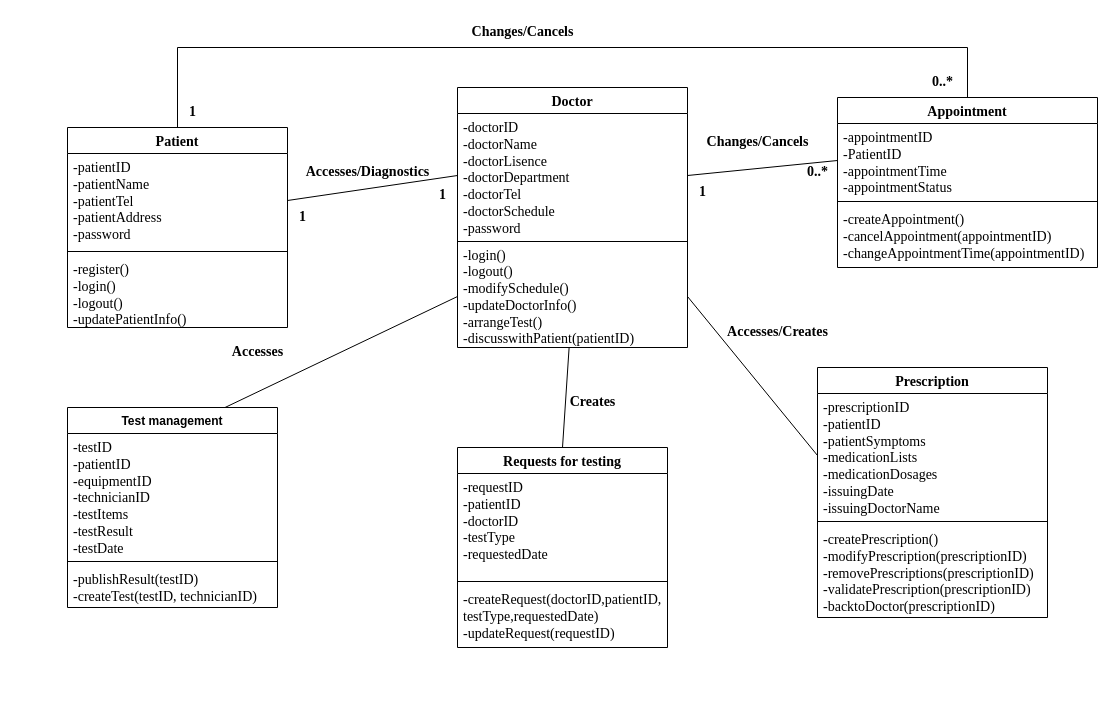
This is Class Diagram_Doctor.drawio from FOMOKN/Software-Engineering, a draw.io file, before an edit. Source tidied: cells renumbered, new cells numbered last; positions are measured from the earlier drawing's top-left corner, leaving out a move shared by most shapes. Both pictures are drawn from the tidied source at 100%, with x=0, y=0 at pixel (67, 17).
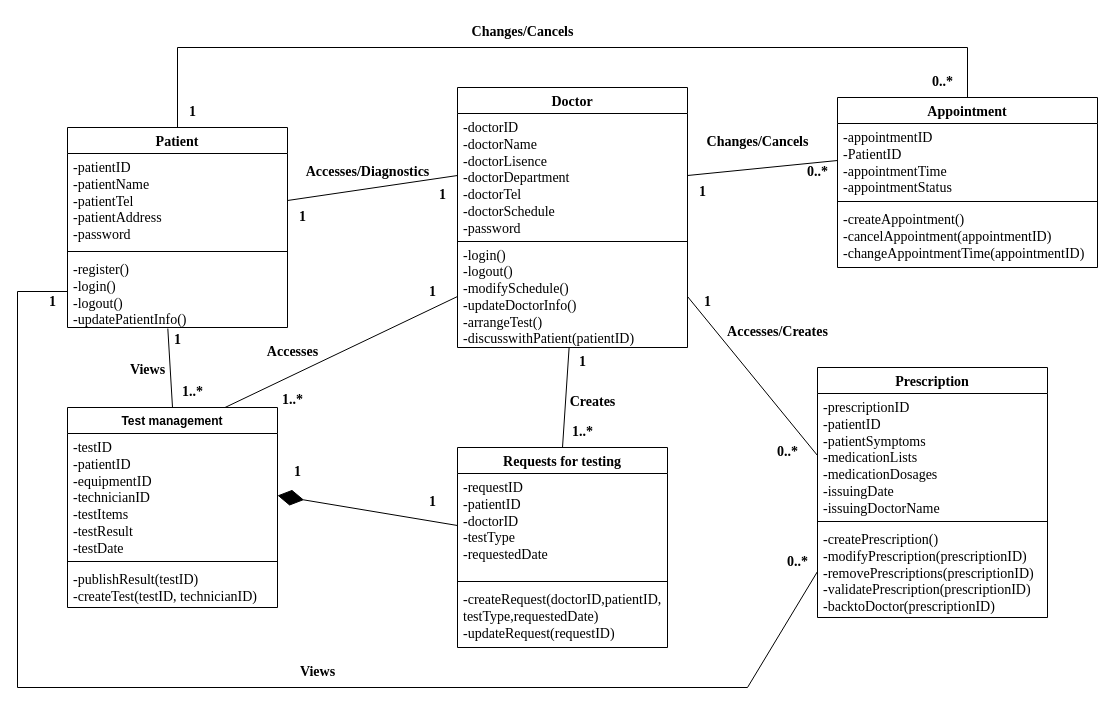
The same page after the edit.

The change refers to these unchanged cells:
```xml
<mxCell id="13" value="-createPrescription()&lt;br style=&quot;border-color: var(--border-color);&quot;&gt;-modifyPrescription(prescriptionID)&lt;br style=&quot;border-color: var(--border-color);&quot;&gt;-removePrescriptions(prescriptionID)&lt;br style=&quot;border-color: var(--border-color);&quot;&gt;-validatePrescription(prescriptionID)&lt;br style=&quot;border-color: var(--border-color);&quot;&gt;-backtoDoctor(prescriptionID)" style="text;strokeColor=none;fillColor=none;align=left;verticalAlign=top;spacingLeft=4;spacingRight=4;overflow=hidden;points=[[0,0.5],[1,0.5]];portConstraint=eastwest;whiteSpace=wrap;html=1;fontFamily=Times New Roman;fontSize=14;" parent="10" vertex="1">
  <mxGeometry y="158" width="230" height="92" as="geometry" />
</mxCell>
<mxCell id="15" value="-requestID&lt;br&gt;-patientID&lt;br&gt;-doctorID&lt;br style=&quot;border-color: var(--border-color);&quot;&gt;-testType&lt;br&gt;-requestedDate" style="text;strokeColor=none;fillColor=none;align=left;verticalAlign=top;spacingLeft=4;spacingRight=4;overflow=hidden;points=[[0,0.5],[1,0.5]];portConstraint=eastwest;whiteSpace=wrap;html=1;fontFamily=Times New Roman;fontSize=14;" parent="14" vertex="1">
  <mxGeometry y="26" width="210" height="104" as="geometry" />
</mxCell>
<mxCell id="21" value="-register()&lt;br&gt;-login()&lt;br style=&quot;border-color: var(--border-color); font-size: 14px;&quot;&gt;&lt;span style=&quot;font-size: 14px;&quot;&gt;-logout()&lt;br&gt;-updatePatientInfo()&lt;br&gt;&lt;/span&gt;" style="text;strokeColor=none;fillColor=none;align=left;verticalAlign=top;spacingLeft=4;spacingRight=4;overflow=hidden;points=[[0,0.5],[1,0.5]];portConstraint=eastwest;whiteSpace=wrap;html=1;fontSize=14;fontFamily=Times New Roman;" parent="18" vertex="1">
  <mxGeometry y="128" width="220" height="72" as="geometry" />
</mxCell>
<mxCell id="22" value="Test management" style="swimlane;fontStyle=1;align=center;verticalAlign=top;horizontal=1;startSize=26;whiteSpace=wrap;html=1;" parent="1" vertex="1">
  <mxGeometry y="390" width="210" height="200" as="geometry" />
</mxCell>
<mxCell id="23" value="-testID&lt;br style=&quot;font-size: 14px;&quot;&gt;-patientID&lt;br&gt;-equipmentID&lt;br&gt;-technicianID&lt;br&gt;-testItems&lt;br style=&quot;font-size: 14px;&quot;&gt;-testResult&lt;br&gt;-testDate" style="text;strokeColor=none;fillColor=none;align=left;verticalAlign=top;spacingLeft=4;spacingRight=4;overflow=hidden;points=[[0,0.5],[1,0.5]];portConstraint=eastwest;whiteSpace=wrap;html=1;fontFamily=Times New Roman;fontSize=14;" parent="22" vertex="1">
  <mxGeometry y="26" width="210" height="124" as="geometry" />
</mxCell>
```

What changed in the source:
```diff
@@
     <mxCell id="35" value="Accesses" style="text;html=1;align=center;verticalAlign=middle;strokeColor=none;fillColor=none;fontFamily=Times New Roman;fontStyle=1;fontSize=14;" parent="1" vertex="1">
-      <mxGeometry x="155" y="320" width="70" height="30" as="geometry" />
+      <mxGeometry x="190" y="320" width="70" height="30" as="geometry" />
     </mxCell>
@@
+    <mxCell id="44" style="endArrow=none;html=1;rounded=0;exitX=0.456;exitY=1.014;exitDx=0;exitDy=0;exitPerimeter=0;entryX=0.5;entryY=0;entryDx=0;entryDy=0;" parent="1" edge="1" source="21" target="22">
+      <mxGeometry relative="1" as="geometry" />
+    </mxCell>
+    <mxCell id="45" value="Views" style="text;html=1;align=center;verticalAlign=middle;strokeColor=none;fillColor=none;fontFamily=Times New Roman;fontStyle=1;fontSize=14;" parent="1" vertex="1">
+      <mxGeometry x="50" y="338" width="60" height="30" as="geometry" />
+    </mxCell>
+    <mxCell id="46" style="endArrow=none;html=1;rounded=0;entryX=0;entryY=0.5;entryDx=0;entryDy=0;exitX=0;exitY=0.5;exitDx=0;exitDy=0;" parent="1" edge="1" source="13" target="21">
+      <mxGeometry relative="1" as="geometry">
+        <Array as="points">
+          <mxPoint x="680" y="670" />
+          <mxPoint x="-50" y="670" />
+          <mxPoint x="-50" y="274" />
+        </Array>
+      </mxGeometry>
+    </mxCell>
+    <mxCell id="47" value="Views" style="text;html=1;align=center;verticalAlign=middle;strokeColor=none;fillColor=none;fontFamily=Times New Roman;fontStyle=1;fontSize=14;" parent="1" vertex="1">
+      <mxGeometry x="220" y="640" width="60" height="30" as="geometry" />
+    </mxCell>
+    <mxCell id="48" value="0..*" style="text;html=1;align=center;verticalAlign=middle;strokeColor=none;fillColor=none;fontFamily=Times New Roman;fontStyle=1;fontSize=14;" parent="1" vertex="1">
+      <mxGeometry x="710" y="530" width="40" height="30" as="geometry" />
+    </mxCell>
+    <mxCell id="49" value="1" style="text;html=1;align=center;verticalAlign=middle;strokeColor=none;fillColor=none;fontFamily=Times New Roman;fontStyle=1;fontSize=14;" parent="1" vertex="1">
+      <mxGeometry x="-30" y="270" width="30" height="30" as="geometry" />
+    </mxCell>
+    <mxCell id="50" value="1" style="text;html=1;align=center;verticalAlign=middle;strokeColor=none;fillColor=none;fontFamily=Times New Roman;fontStyle=1;fontSize=14;" parent="1" vertex="1">
+      <mxGeometry x="95" y="308" width="30" height="30" as="geometry" />
+    </mxCell>
+    <mxCell id="51" value="1..*" style="text;html=1;align=center;verticalAlign=middle;strokeColor=none;fillColor=none;fontFamily=Times New Roman;fontStyle=1;fontSize=14;" parent="1" vertex="1">
+      <mxGeometry x="105" y="360" width="40" height="30" as="geometry" />
+    </mxCell>
+    <mxCell id="52" value="1" style="text;html=1;align=center;verticalAlign=middle;strokeColor=none;fillColor=none;fontFamily=Times New Roman;fontStyle=1;fontSize=14;" parent="1" vertex="1">
+      <mxGeometry x="500" y="330" width="30" height="30" as="geometry" />
+    </mxCell>
+    <mxCell id="53" value="1..*" style="text;html=1;align=center;verticalAlign=middle;strokeColor=none;fillColor=none;fontFamily=Times New Roman;fontStyle=1;fontSize=14;" parent="1" vertex="1">
+      <mxGeometry x="495" y="400" width="40" height="30" as="geometry" />
+    </mxCell>
+    <mxCell id="54" value="1" style="text;html=1;align=center;verticalAlign=middle;strokeColor=none;fillColor=none;fontFamily=Times New Roman;fontStyle=1;fontSize=14;" parent="1" vertex="1">
+      <mxGeometry x="350" y="260" width="30" height="30" as="geometry" />
+    </mxCell>
+    <mxCell id="55" value="1..*" style="text;html=1;align=center;verticalAlign=middle;strokeColor=none;fillColor=none;fontFamily=Times New Roman;fontStyle=1;fontSize=14;" parent="1" vertex="1">
+      <mxGeometry x="205" y="368" width="40" height="30" as="geometry" />
+    </mxCell>
+    <mxCell id="56" style="endArrow=diamondThin;endFill=1;endSize=24;html=1;rounded=0;entryX=1;entryY=0.5;entryDx=0;entryDy=0;exitX=0;exitY=0.5;exitDx=0;exitDy=0;" parent="1" edge="1" source="15" target="23">
+      <mxGeometry relative="1" as="geometry" />
+    </mxCell>
+    <mxCell id="57" value="1" style="text;html=1;align=center;verticalAlign=middle;strokeColor=none;fillColor=none;fontFamily=Times New Roman;fontStyle=1;fontSize=14;" parent="1" vertex="1">
+      <mxGeometry x="215" y="440" width="30" height="30" as="geometry" />
+    </mxCell>
+    <mxCell id="58" value="1" style="text;html=1;align=center;verticalAlign=middle;strokeColor=none;fillColor=none;fontFamily=Times New Roman;fontStyle=1;fontSize=14;" parent="1" vertex="1">
+      <mxGeometry x="350" y="470" width="30" height="30" as="geometry" />
+    </mxCell>
+    <mxCell id="59" value="1" style="text;html=1;align=center;verticalAlign=middle;strokeColor=none;fillColor=none;fontFamily=Times New Roman;fontStyle=1;fontSize=14;" parent="1" vertex="1">
+      <mxGeometry x="625" y="270" width="30" height="30" as="geometry" />
+    </mxCell>
+    <mxCell id="60" value="0..*" style="text;html=1;align=center;verticalAlign=middle;strokeColor=none;fillColor=none;fontFamily=Times New Roman;fontStyle=1;fontSize=14;" parent="1" vertex="1">
+      <mxGeometry x="700" y="420" width="40" height="30" as="geometry" />
+    </mxCell>
```
